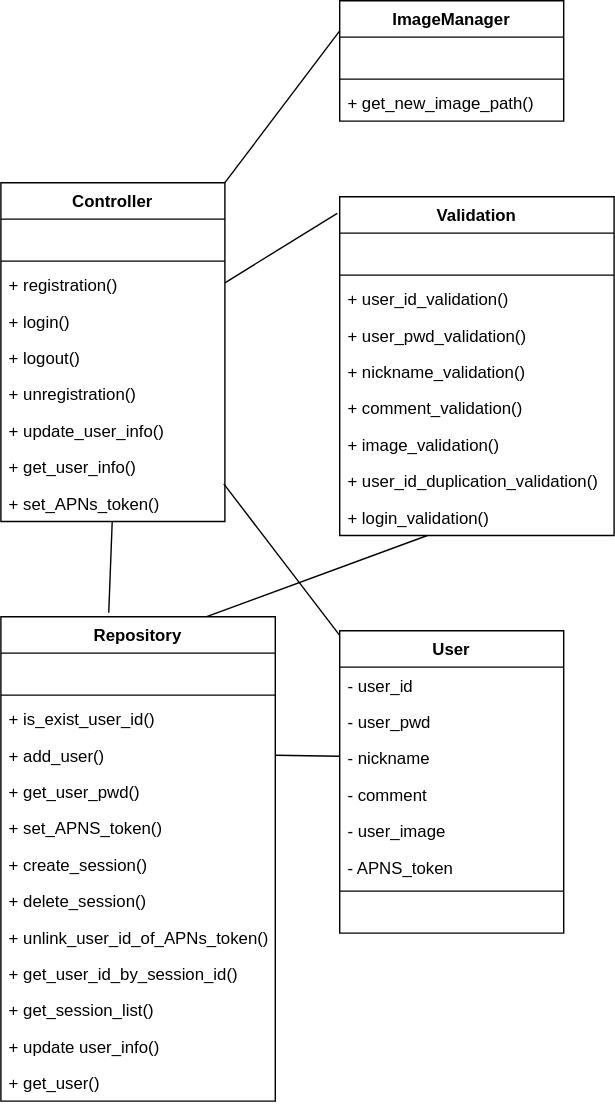
shlim0/2022_capstone1 keeps this draw.io diagram as 클래스 다이어그램/user_server_class_diagram.svg. Above is the earlier version. Source tidied: cells renumbered, new cells last; positions are measured from the earlier drawing's top-left corner, leaving out a move shared by most shapes.
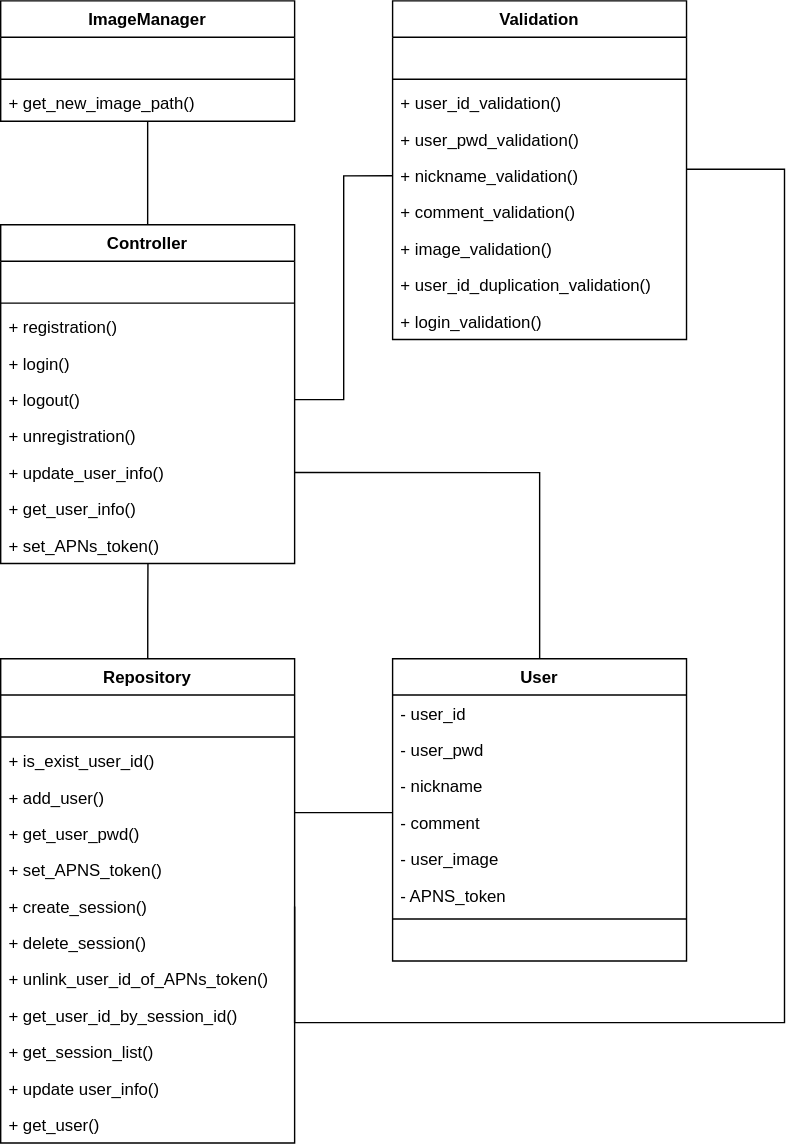
Later version of the same file.

Diff of the diagram source:
```diff
@@ -2,164 +2,175 @@
   <root>
     <mxCell id="0" />
     <mxCell id="1" parent="0" />
+    <mxCell id="55" style="edgeStyle=orthogonalEdgeStyle;rounded=0;jettySize=auto;html=1;entryX=0.501;entryY=1.003;entryDx=0;entryDy=0;entryPerimeter=0;endArrow=none;endFill=0;" parent="1" edge="1" source="2" target="25">
+      <mxGeometry relative="1" as="geometry" />
+    </mxCell>
     <mxCell id="2" value="Repository" style="swimlane;fontStyle=1;align=center;verticalAlign=top;horizontal=1;startSize=26;rounded=0;shadow=0;strokeWidth=1;" parent="1" vertex="1">
-      <mxGeometry y="440" width="196" height="346" as="geometry" />
+      <mxGeometry x="10" y="360" width="210" height="346" as="geometry" />
     </mxCell>
     <mxCell id="3" value=" " style="text;align=left;verticalAlign=top;spacingLeft=4;spacingRight=4;overflow=hidden;rounded=0;shadow=0;html=0;" parent="2" vertex="1">
-      <mxGeometry y="26" width="196" height="26" as="geometry" />
+      <mxGeometry y="26" width="210" height="26" as="geometry" />
     </mxCell>
     <mxCell id="4" style="line;html=1;strokeWidth=1;align=left;verticalAlign=middle;spacingTop=-1;spacingLeft=3;spacingRight=3;labelPosition=right;" parent="2" vertex="1">
-      <mxGeometry y="52" width="196" height="8" as="geometry" />
+      <mxGeometry y="52" width="210" height="8" as="geometry" />
     </mxCell>
     <mxCell id="5" value="+ is_exist_user_id()" style="text;align=left;verticalAlign=top;spacingLeft=4;spacingRight=4;overflow=hidden;fontStyle=0;" parent="2" vertex="1">
-      <mxGeometry y="60" width="196" height="26" as="geometry" />
+      <mxGeometry y="60" width="210" height="26" as="geometry" />
     </mxCell>
     <mxCell id="6" value="+ add_user()" style="text;align=left;verticalAlign=top;spacingLeft=4;spacingRight=4;overflow=hidden;points=[[0,0.5],[1,0.5]];portConstraint=eastwest;fontStyle=0;" parent="2" vertex="1">
-      <mxGeometry y="86" width="196" height="26" as="geometry" />
+      <mxGeometry y="86" width="210" height="26" as="geometry" />
     </mxCell>
     <mxCell id="7" value="+ get_user_pwd()" style="text;align=left;verticalAlign=top;spacingLeft=4;spacingRight=4;overflow=hidden;fontStyle=0;" parent="2" vertex="1">
-      <mxGeometry y="112" width="196" height="26" as="geometry" />
+      <mxGeometry y="112" width="210" height="26" as="geometry" />
     </mxCell>
     <mxCell id="8" value="+ set_APNS_token()" style="text;align=left;verticalAlign=top;spacingLeft=4;spacingRight=4;overflow=hidden;fontStyle=0;" parent="2" vertex="1">
-      <mxGeometry y="138" width="196" height="26" as="geometry" />
+      <mxGeometry y="138" width="210" height="26" as="geometry" />
     </mxCell>
     <mxCell id="9" value="+ create_session()" style="text;align=left;verticalAlign=top;spacingLeft=4;spacingRight=4;overflow=hidden;points=[[0,0.5],[1,0.5]];portConstraint=eastwest;fontStyle=0;" parent="2" vertex="1">
-      <mxGeometry y="164" width="196" height="26" as="geometry" />
+      <mxGeometry y="164" width="210" height="26" as="geometry" />
     </mxCell>
     <mxCell id="10" value="+ delete_session()" style="text;align=left;verticalAlign=top;spacingLeft=4;spacingRight=4;overflow=hidden;fontStyle=0;" parent="2" vertex="1">
-      <mxGeometry y="190" width="196" height="26" as="geometry" />
+      <mxGeometry y="190" width="210" height="26" as="geometry" />
     </mxCell>
     <mxCell id="11" value="+ unlink_user_id_of_APNs_token()" style="text;align=left;verticalAlign=top;spacingLeft=4;spacingRight=4;overflow=hidden;fontStyle=0;" parent="2" vertex="1">
-      <mxGeometry y="216" width="196" height="26" as="geometry" />
+      <mxGeometry y="216" width="210" height="26" as="geometry" />
     </mxCell>
     <mxCell id="12" value="+ get_user_id_by_session_id()" style="text;align=left;verticalAlign=top;spacingLeft=4;spacingRight=4;overflow=hidden;fontStyle=0;" parent="2" vertex="1">
-      <mxGeometry y="242" width="196" height="26" as="geometry" />
+      <mxGeometry y="242" width="210" height="26" as="geometry" />
     </mxCell>
     <mxCell id="13" value="+ get_session_list()" style="text;align=left;verticalAlign=top;spacingLeft=4;spacingRight=4;overflow=hidden;fontStyle=0;" parent="2" vertex="1">
-      <mxGeometry y="268" width="196" height="26" as="geometry" />
+      <mxGeometry y="268" width="210" height="26" as="geometry" />
     </mxCell>
     <mxCell id="14" value="+ update user_info()" style="text;align=left;verticalAlign=top;spacingLeft=4;spacingRight=4;overflow=hidden;fontStyle=0;" parent="2" vertex="1">
-      <mxGeometry y="294" width="196" height="26" as="geometry" />
+      <mxGeometry y="294" width="210" height="26" as="geometry" />
     </mxCell>
     <mxCell id="15" value="+ get_user()" style="text;align=left;verticalAlign=top;spacingLeft=4;spacingRight=4;overflow=hidden;fontStyle=0;" parent="2" vertex="1">
-      <mxGeometry y="320" width="196" height="26" as="geometry" />
+      <mxGeometry y="320" width="210" height="26" as="geometry" />
     </mxCell>
     <mxCell id="16" value="Controller" style="swimlane;fontStyle=1;align=center;verticalAlign=top;horizontal=1;startSize=26;rounded=0;shadow=0;strokeWidth=1;" parent="1" vertex="1">
-      <mxGeometry y="130" width="160" height="242" as="geometry" />
+      <mxGeometry x="10" y="50" width="210" height="242" as="geometry" />
     </mxCell>
     <mxCell id="17" value=" &#10;" style="text;align=left;verticalAlign=top;spacingLeft=4;spacingRight=4;overflow=hidden;rounded=0;shadow=0;html=0;" parent="16" vertex="1">
-      <mxGeometry y="26" width="160" height="26" as="geometry" />
+      <mxGeometry y="26" width="210" height="26" as="geometry" />
     </mxCell>
     <mxCell id="18" style="line;html=1;strokeWidth=1;align=left;verticalAlign=middle;spacingTop=-1;spacingLeft=3;spacingRight=3;labelPosition=right;" parent="16" vertex="1">
-      <mxGeometry y="52" width="160" height="8" as="geometry" />
+      <mxGeometry y="52" width="210" height="8" as="geometry" />
     </mxCell>
     <mxCell id="19" value="+ registration()" style="text;align=left;verticalAlign=top;spacingLeft=4;spacingRight=4;overflow=hidden;" parent="16" vertex="1">
-      <mxGeometry y="60" width="160" height="26" as="geometry" />
+      <mxGeometry y="60" width="210" height="26" as="geometry" />
     </mxCell>
     <mxCell id="20" value="+ login()" style="text;align=left;verticalAlign=top;spacingLeft=4;spacingRight=4;overflow=hidden;" parent="16" vertex="1">
-      <mxGeometry y="86" width="160" height="26" as="geometry" />
+      <mxGeometry y="86" width="210" height="26" as="geometry" />
     </mxCell>
     <mxCell id="21" value="+ logout()" style="text;align=left;verticalAlign=top;spacingLeft=4;spacingRight=4;overflow=hidden;points=[[0,0.5],[1,0.5]];portConstraint=eastwest;" parent="16" vertex="1">
-      <mxGeometry y="112" width="160" height="26" as="geometry" />
+      <mxGeometry y="112" width="210" height="26" as="geometry" />
     </mxCell>
     <mxCell id="22" value="+ unregistration()" style="text;align=left;verticalAlign=top;spacingLeft=4;spacingRight=4;overflow=hidden;" parent="16" vertex="1">
-      <mxGeometry y="138" width="160" height="26" as="geometry" />
+      <mxGeometry y="138" width="210" height="26" as="geometry" />
     </mxCell>
     <mxCell id="23" value="+ update_user_info()" style="text;align=left;verticalAlign=top;spacingLeft=4;spacingRight=4;overflow=hidden;points=[[0,0.5],[1,0.5]];portConstraint=eastwest;" parent="16" vertex="1">
-      <mxGeometry y="164" width="160" height="26" as="geometry" />
+      <mxGeometry y="164" width="210" height="26" as="geometry" />
     </mxCell>
     <mxCell id="24" value="+ get_user_info()" style="text;align=left;verticalAlign=top;spacingLeft=4;spacingRight=4;overflow=hidden;" parent="16" vertex="1">
-      <mxGeometry y="190" width="160" height="26" as="geometry" />
+      <mxGeometry y="190" width="210" height="26" as="geometry" />
     </mxCell>
     <mxCell id="25" value="+ set_APNs_token()" style="text;align=left;verticalAlign=top;spacingLeft=4;spacingRight=4;overflow=hidden;points=[[0,0.5],[1,0.5]];portConstraint=eastwest;" parent="16" vertex="1">
-      <mxGeometry y="216" width="160" height="26" as="geometry" />
+      <mxGeometry y="216" width="210" height="26" as="geometry" />
     </mxCell>
+    <mxCell id="56" style="edgeStyle=orthogonalEdgeStyle;rounded=0;jettySize=auto;html=1;endArrow=none;endFill=0;" parent="1" edge="1" source="26" target="6">
+      <mxGeometry relative="1" as="geometry">
+        <Array as="points">
+          <mxPoint x="280" y="470" />
+          <mxPoint x="280" y="470" />
+        </Array>
+      </mxGeometry>
+    </mxCell>
+    <mxCell id="57" style="edgeStyle=orthogonalEdgeStyle;rounded=0;jettySize=auto;html=1;entryX=1;entryY=0.5;entryDx=0;entryDy=0;endArrow=none;endFill=0;" parent="1" edge="1" source="26" target="23">
+      <mxGeometry relative="1" as="geometry" />
+    </mxCell>
     <mxCell id="26" value="User" style="swimlane;fontStyle=1;align=center;verticalAlign=top;horizontal=1;startSize=26;" parent="1" vertex="1">
-      <mxGeometry x="242" y="450" width="160" height="216" as="geometry" />
+      <mxGeometry x="290" y="360" width="210" height="216" as="geometry" />
     </mxCell>
     <mxCell id="27" value="- user_id" style="text;strokeColor=none;fillColor=none;align=left;verticalAlign=top;spacingLeft=4;spacingRight=4;overflow=hidden;" parent="26" vertex="1">
-      <mxGeometry y="26" width="160" height="26" as="geometry" />
+      <mxGeometry y="26" width="210" height="26" as="geometry" />
     </mxCell>
     <mxCell id="28" value="- user_pwd" style="text;strokeColor=none;fillColor=none;align=left;verticalAlign=top;spacingLeft=4;spacingRight=4;overflow=hidden;" parent="26" vertex="1">
-      <mxGeometry y="52" width="160" height="26" as="geometry" />
+      <mxGeometry y="52" width="210" height="26" as="geometry" />
     </mxCell>
     <mxCell id="29" value="- nickname" style="text;strokeColor=none;fillColor=none;align=left;verticalAlign=top;spacingLeft=4;spacingRight=4;overflow=hidden;points=[[0,0.5],[1,0.5]];portConstraint=eastwest;" parent="26" vertex="1">
-      <mxGeometry y="78" width="160" height="26" as="geometry" />
+      <mxGeometry y="78" width="210" height="26" as="geometry" />
     </mxCell>
     <mxCell id="30" value="- comment" style="text;strokeColor=none;fillColor=none;align=left;verticalAlign=top;spacingLeft=4;spacingRight=4;overflow=hidden;" parent="26" vertex="1">
-      <mxGeometry y="104" width="160" height="26" as="geometry" />
+      <mxGeometry y="104" width="210" height="26" as="geometry" />
     </mxCell>
     <mxCell id="31" value="- user_image" style="text;strokeColor=none;fillColor=none;align=left;verticalAlign=top;spacingLeft=4;spacingRight=4;overflow=hidden;" parent="26" vertex="1">
-      <mxGeometry y="130" width="160" height="26" as="geometry" />
+      <mxGeometry y="130" width="210" height="26" as="geometry" />
     </mxCell>
     <mxCell id="32" value="- APNS_token" style="text;strokeColor=none;fillColor=none;align=left;verticalAlign=top;spacingLeft=4;spacingRight=4;overflow=hidden;" parent="26" vertex="1">
-      <mxGeometry y="156" width="160" height="26" as="geometry" />
+      <mxGeometry y="156" width="210" height="26" as="geometry" />
     </mxCell>
     <mxCell id="33" style="line;strokeWidth=1;fillColor=none;align=left;verticalAlign=middle;spacingTop=-1;spacingLeft=3;spacingRight=3;labelPosition=right;strokeColor=inherit;" parent="26" vertex="1">
-      <mxGeometry y="182" width="160" height="8" as="geometry" />
+      <mxGeometry y="182" width="210" height="8" as="geometry" />
     </mxCell>
     <mxCell id="34" value=" " style="text;strokeColor=none;fillColor=none;align=left;verticalAlign=top;spacingLeft=4;spacingRight=4;overflow=hidden;" parent="26" vertex="1">
-      <mxGeometry y="190" width="160" height="26" as="geometry" />
+      <mxGeometry y="190" width="210" height="26" as="geometry" />
     </mxCell>
     <mxCell id="35" value="Validation" style="swimlane;fontStyle=1;align=center;verticalAlign=top;horizontal=1;startSize=26;" parent="1" vertex="1">
-      <mxGeometry x="242" y="140" width="196" height="242" as="geometry" />
+      <mxGeometry x="290" y="-110" width="210" height="242" as="geometry" />
     </mxCell>
     <mxCell id="36" value=" " style="text;strokeColor=none;fillColor=none;align=left;verticalAlign=top;spacingLeft=4;spacingRight=4;overflow=hidden;" parent="35" vertex="1">
-      <mxGeometry y="26" width="196" height="26" as="geometry" />
+      <mxGeometry y="26" width="210" height="26" as="geometry" />
     </mxCell>
     <mxCell id="37" style="line;strokeWidth=1;fillColor=none;align=left;verticalAlign=middle;spacingTop=-1;spacingLeft=3;spacingRight=3;labelPosition=right;strokeColor=inherit;" parent="35" vertex="1">
-      <mxGeometry y="52" width="196" height="8" as="geometry" />
+      <mxGeometry y="52" width="210" height="8" as="geometry" />
     </mxCell>
     <mxCell id="38" value="+ user_id_validation()" style="text;strokeColor=none;fillColor=none;align=left;verticalAlign=top;spacingLeft=4;spacingRight=4;overflow=hidden;" parent="35" vertex="1">
-      <mxGeometry y="60" width="196" height="26" as="geometry" />
+      <mxGeometry y="60" width="210" height="26" as="geometry" />
     </mxCell>
     <mxCell id="39" value="+ user_pwd_validation()" style="text;strokeColor=none;fillColor=none;align=left;verticalAlign=top;spacingLeft=4;spacingRight=4;overflow=hidden;" parent="35" vertex="1">
-      <mxGeometry y="86" width="196" height="26" as="geometry" />
+      <mxGeometry y="86" width="210" height="26" as="geometry" />
     </mxCell>
     <mxCell id="40" value="+ nickname_validation()" style="text;strokeColor=none;fillColor=none;align=left;verticalAlign=top;spacingLeft=4;spacingRight=4;overflow=hidden;points=[[0,0.5],[1,0.5]];portConstraint=eastwest;" parent="35" vertex="1">
-      <mxGeometry y="112" width="196" height="26" as="geometry" />
+      <mxGeometry y="112" width="210" height="26" as="geometry" />
     </mxCell>
     <mxCell id="41" value="+ comment_validation()" style="text;strokeColor=none;fillColor=none;align=left;verticalAlign=top;spacingLeft=4;spacingRight=4;overflow=hidden;" parent="35" vertex="1">
-      <mxGeometry y="138" width="196" height="26" as="geometry" />
+      <mxGeometry y="138" width="210" height="26" as="geometry" />
     </mxCell>
     <mxCell id="42" value="+ image_validation()" style="text;strokeColor=none;fillColor=none;align=left;verticalAlign=top;spacingLeft=4;spacingRight=4;overflow=hidden;" parent="35" vertex="1">
-      <mxGeometry y="164" width="196" height="26" as="geometry" />
+      <mxGeometry y="164" width="210" height="26" as="geometry" />
     </mxCell>
     <mxCell id="43" value="+ user_id_duplication_validation()" style="text;strokeColor=none;fillColor=none;align=left;verticalAlign=top;spacingLeft=4;spacingRight=4;overflow=hidden;" parent="35" vertex="1">
-      <mxGeometry y="190" width="196" height="26" as="geometry" />
+      <mxGeometry y="190" width="210" height="26" as="geometry" />
     </mxCell>
     <mxCell id="44" value="+ login_validation()" style="text;strokeColor=none;fillColor=none;align=left;verticalAlign=top;spacingLeft=4;spacingRight=4;overflow=hidden;points=[[0,0.5],[1,0.5]];portConstraint=eastwest;" parent="35" vertex="1">
-      <mxGeometry y="216" width="196" height="26" as="geometry" />
+      <mxGeometry y="216" width="210" height="26" as="geometry" />
     </mxCell>
+    <mxCell id="50" style="edgeStyle=orthogonalEdgeStyle;rounded=0;jettySize=auto;html=1;entryX=0.5;entryY=0;entryDx=0;entryDy=0;endArrow=none;endFill=0;" parent="1" edge="1" source="45" target="16">
+      <mxGeometry relative="1" as="geometry" />
+    </mxCell>
     <mxCell id="45" value="ImageManager" style="swimlane;fontStyle=1;align=center;verticalAlign=top;horizontal=1;startSize=26;" parent="1" vertex="1">
-      <mxGeometry x="242" width="160" height="86" as="geometry" />
+      <mxGeometry x="10" y="-110" width="210" height="86" as="geometry" />
     </mxCell>
     <mxCell id="46" value=" " style="text;strokeColor=none;fillColor=none;align=left;verticalAlign=top;spacingLeft=4;spacingRight=4;overflow=hidden;" parent="45" vertex="1">
-      <mxGeometry y="26" width="160" height="26" as="geometry" />
+      <mxGeometry y="26" width="210" height="26" as="geometry" />
     </mxCell>
     <mxCell id="47" style="line;strokeWidth=1;fillColor=none;align=left;verticalAlign=middle;spacingTop=-1;spacingLeft=3;spacingRight=3;labelPosition=right;strokeColor=inherit;" parent="45" vertex="1">
-      <mxGeometry y="52" width="160" height="8" as="geometry" />
+      <mxGeometry y="52" width="210" height="8" as="geometry" />
     </mxCell>
     <mxCell id="48" value="+ get_new_image_path()" style="text;strokeColor=none;fillColor=none;align=left;verticalAlign=top;spacingLeft=4;spacingRight=4;overflow=hidden;" parent="45" vertex="1">
-      <mxGeometry y="60" width="160" height="26" as="geometry" />
+      <mxGeometry y="60" width="210" height="26" as="geometry" />
     </mxCell>
-    <mxCell id="49" style="endArrow=none;html=1;rounded=0;entryX=0.393;entryY=-0.008;entryDx=0;entryDy=0;entryPerimeter=0;" parent="1" edge="1" source="25" target="2">
-      <mxGeometry relative="1" as="geometry" />
-    </mxCell>
-    <mxCell id="50" style="endArrow=none;html=1;rounded=0;entryX=1;entryY=0;entryDx=0;entryDy=0;exitX=0;exitY=0.25;exitDx=0;exitDy=0;" parent="1" edge="1" source="45" target="16">
-      <mxGeometry relative="1" as="geometry" />
-    </mxCell>
-    <mxCell id="51" style="endArrow=none;html=1;rounded=0;exitX=-0.009;exitY=0.049;exitDx=0;exitDy=0;exitPerimeter=0;" parent="1" edge="1" source="35" target="16">
-      <mxGeometry relative="1" as="geometry" />
-    </mxCell>
-    <mxCell id="52" style="endArrow=none;html=1;rounded=0;entryX=0.995;entryY=-0.034;entryDx=0;entryDy=0;entryPerimeter=0;" parent="1" edge="1" source="26" target="25">
-      <mxGeometry relative="1" as="geometry" />
-    </mxCell>
-    <mxCell id="53" style="endArrow=none;html=1;rounded=0;exitX=0.75;exitY=0;exitDx=0;exitDy=0;" parent="1" edge="1" source="2" target="44">
-      <mxGeometry relative="1" as="geometry" />
-    </mxCell>
-    <mxCell id="54" style="endArrow=none;html=1;rounded=0;exitX=1;exitY=0.5;exitDx=0;exitDy=0;" parent="1" edge="1" source="6" target="29">
-      <mxGeometry relative="1" as="geometry" />
-    </mxCell>
+    <mxCell id="58" style="edgeStyle=orthogonalEdgeStyle;rounded=0;jettySize=auto;html=1;entryX=0;entryY=0.5;entryDx=0;entryDy=0;endArrow=none;endFill=0;" parent="1" edge="1" source="21" target="40">
+      <mxGeometry relative="1" as="geometry" />
+    </mxCell>
+    <mxCell id="59" style="edgeStyle=orthogonalEdgeStyle;rounded=0;jettySize=auto;html=1;entryX=1;entryY=0.5;entryDx=0;entryDy=0;endArrow=none;endFill=0;exitX=1.001;exitY=0.319;exitDx=0;exitDy=0;exitPerimeter=0;" parent="1" edge="1" source="40" target="9">
+      <mxGeometry relative="1" as="geometry">
+        <Array as="points">
+          <mxPoint x="570" y="10" />
+          <mxPoint x="570" y="620" />
+          <mxPoint x="220" y="620" />
+        </Array>
+      </mxGeometry>
+    </mxCell>
   </root>
 </mxGraphModel>
```
